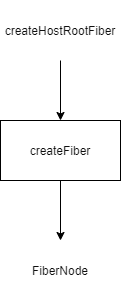
Above: images/2021-6-6/createFiberRootProcess.png in MaplePudding/maplepudding.github.io (draw.io), before the change. Source tidied: cells renumbered, new cells last; positions are measured from the earlier drawing's top-left corner, leaving out a move shared by most shapes.
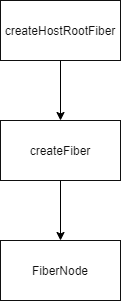
After the change.

Change to the diagram source:
```diff
@@ -2,13 +2,13 @@
   <root>
     <mxCell id="0" />
     <mxCell id="1" parent="0" />
-    <mxCell id="2" value="createHostRootFiber" style="rounded=0;whiteSpace=wrap;html=1;strokeColor=#FFFFFF;fontColor=#0F0F0F;" parent="1" vertex="1">
+    <mxCell id="2" value="&lt;font color=&quot;#0f0f0f&quot;&gt;createHostRootFiber&lt;/font&gt;" style="rounded=0;whiteSpace=wrap;html=1;strokeColor=#0F0F0F;" parent="1" vertex="1">
       <mxGeometry width="120" height="60" as="geometry" />
     </mxCell>
-    <mxCell id="3" value="&lt;font color=&quot;#0f0f0f&quot;&gt;createFiber&lt;/font&gt;" style="rounded=0;whiteSpace=wrap;html=1;fontColor=#FFFFFF;" parent="1" vertex="1">
+    <mxCell id="3" value="&lt;font color=&quot;#0f0f0f&quot;&gt;createFiber&lt;/font&gt;" style="rounded=0;whiteSpace=wrap;html=1;fontColor=#FFFFFF;strokeColor=#0F0F0F;" parent="1" vertex="1">
       <mxGeometry y="120" width="120" height="60" as="geometry" />
     </mxCell>
-    <mxCell id="4" value="FiberNode" style="rounded=0;whiteSpace=wrap;html=1;strokeColor=#FFFFFF;fontColor=#0F0F0F;" parent="1" vertex="1">
+    <mxCell id="4" value="FiberNode" style="rounded=0;whiteSpace=wrap;html=1;fontColor=#0F0F0F;strokeColor=#0F0F0F;" parent="1" vertex="1">
       <mxGeometry y="240" width="120" height="60" as="geometry" />
     </mxCell>
     <mxCell id="5" style="endArrow=classic;html=1;fontColor=#0F0F0F;entryX=0.5;entryY=0;entryDx=0;entryDy=0;exitX=0.5;exitY=1;exitDx=0;exitDy=0;" parent="1" edge="1" source="2" target="3">
```
